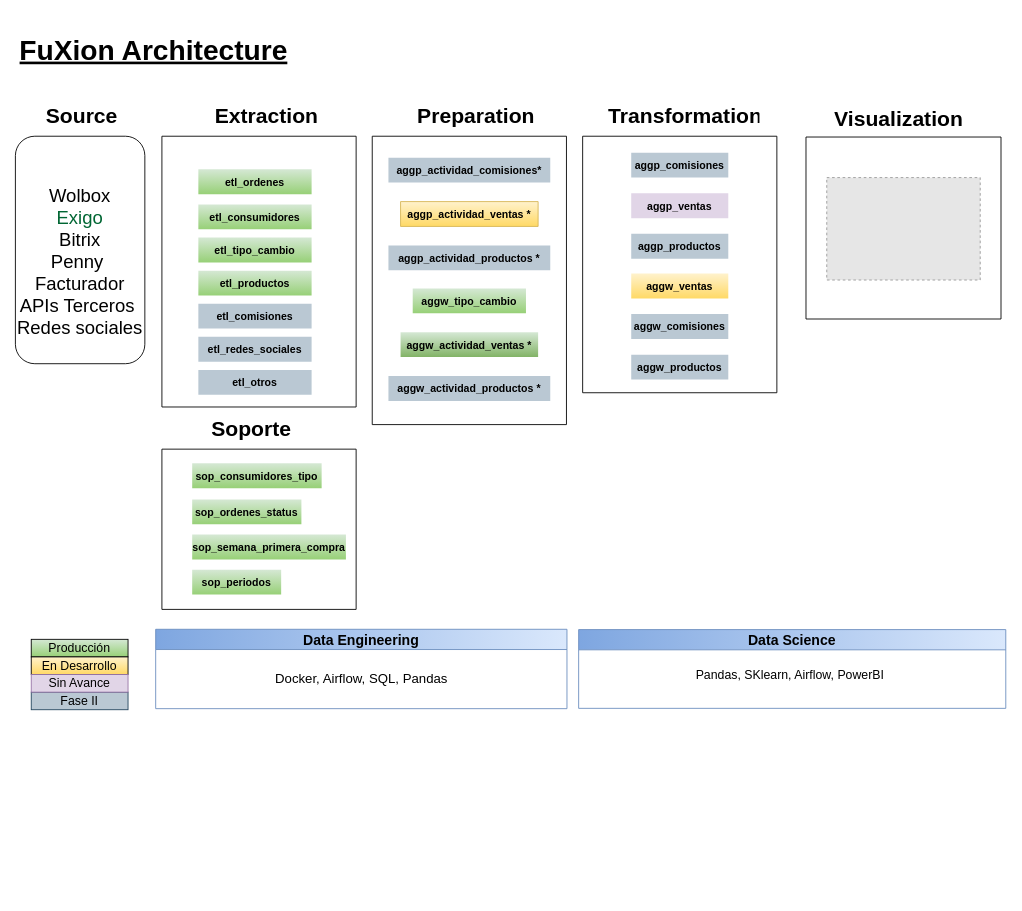
This is page "Architecture High Level" (2 of 4) of fuXion_model.drawio from calobetoleon/fuxion_design, a draw.io file, before an edit. Source tidied: cells renumbered, new cells numbered last; positions are measured from the earlier drawing's top-left corner, leaving out a move shared by most shapes. Both pictures are drawn from the tidied source at 88%, with x=0, y=0 at pixel (15, 24). Pictures stored in the file or linked from it are replaced by grey dashed boxes.
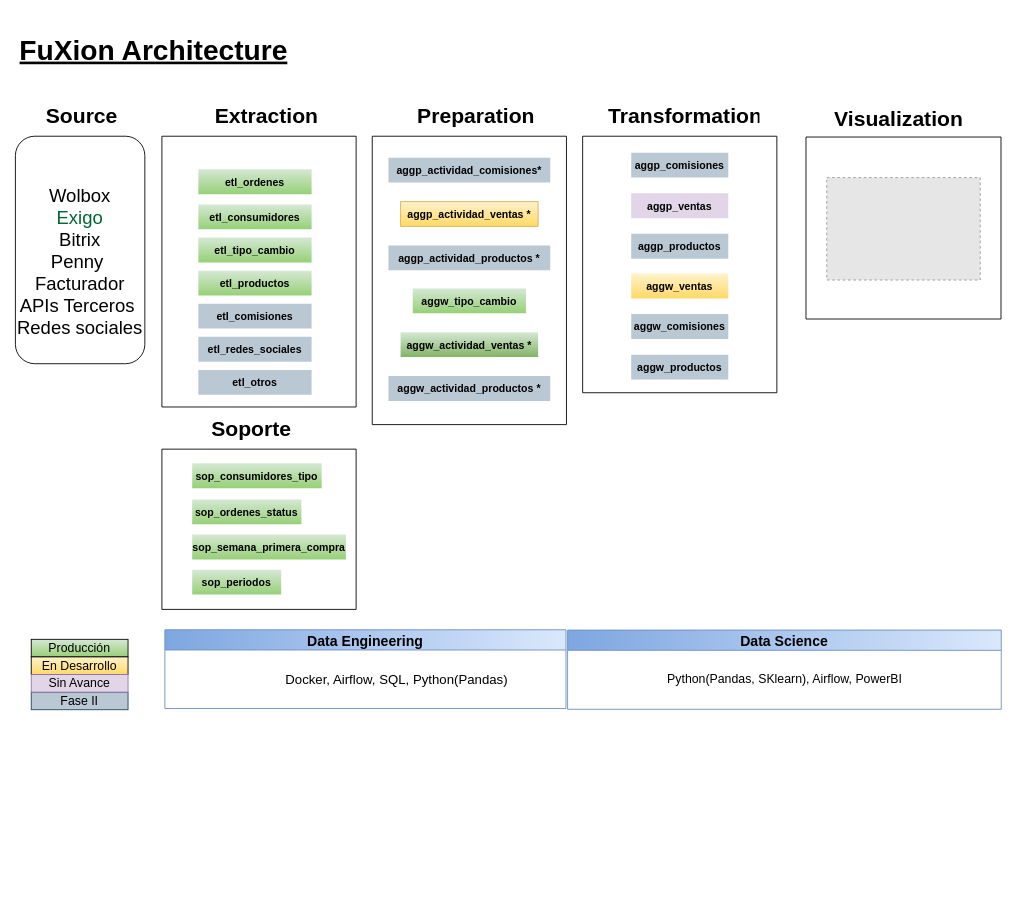
The same diagram, later.

Diff of the diagram source:
```diff
@@
-    <mxCell id="36" value="Data Engineering" style="swimlane;horizontal=0;align=center;gradientColor=#7ea6e0;fillColor=#dae8fc;strokeColor=#6c8ebf;fontSize=16;rotation=90;fontColor=default;" parent="1" vertex="1">
-      <mxGeometry x="348" y="499" width="90.2" height="467.4" as="geometry" />
-    </mxCell>
-    <mxCell id="37" value="&lt;font style=&quot;font-size: 15px&quot;&gt;Docker, Airflow, SQL, Pandas&lt;/font&gt;" style="text;html=1;align=center;verticalAlign=middle;strokeColor=none;fillColor=none;rotation=360;fontColor=default;" parent="36" vertex="1">
-      <mxGeometry x="-59.9" y="234" width="210" height="20" as="geometry" />
-    </mxCell>
     <mxCell id="38" value="Data Science" style="swimlane;horizontal=0;align=center;gradientColor=#7ea6e0;fillColor=#dae8fc;strokeColor=#6c8ebf;fontSize=16;rotation=90;fontColor=default;" parent="1" vertex="1">
-      <mxGeometry x="838" y="490" width="89.5" height="485.4" as="geometry" />
+      <mxGeometry x="828.9" y="487.1" width="90" height="492.8" as="geometry" />
     </mxCell>
-    <mxCell id="39" value="Pandas, SKlearn, Airflow, PowerBI" style="text;html=1;align=center;verticalAlign=middle;strokeColor=none;fillColor=none;fontSize=14;rotation=360;fontColor=default;" parent="38" vertex="1">
-      <mxGeometry x="-73" y="240" width="230" height="20" as="geometry" />
+    <mxCell id="39" value="Python(Pandas, SKlearn), Airflow, PowerBI" style="text;html=1;align=center;verticalAlign=middle;strokeColor=none;fillColor=none;fontSize=14;rotation=360;fontColor=default;" parent="38" vertex="1">
+      <mxGeometry x="-95" y="247" width="280" height="20" as="geometry" />
     </mxCell>
@@
     <mxCell id="44" style="group;fontColor=default;" parent="1" vertex="1">
-      <mxGeometry x="168" y="441" width="220.7" height="550" as="geometry" />
+      <mxGeometry x="168" y="441" width="246.6" height="550" as="geometry" />
     </mxCell>
@@
+    <mxCell id="36" value="Data Engineering" style="swimlane;horizontal=0;align=center;gradientColor=#7ea6e0;fillColor=#dae8fc;strokeColor=#6c8ebf;fontSize=16;rotation=90;fontColor=default;" parent="1" vertex="1">
+      <mxGeometry x="353" y="505" width="89.5" height="455.8" as="geometry" />
+    </mxCell>
+    <mxCell id="37" value="&lt;font style=&quot;font-size: 15px&quot;&gt;Docker, Airflow, SQL, Python(Pandas)&lt;/font&gt;" style="text;html=1;align=center;verticalAlign=middle;strokeColor=none;fillColor=none;rotation=360;fontColor=default;" parent="36" vertex="1">
+      <mxGeometry x="-55.2" y="229.1" width="270" height="20" as="geometry" />
+    </mxCell>
```
